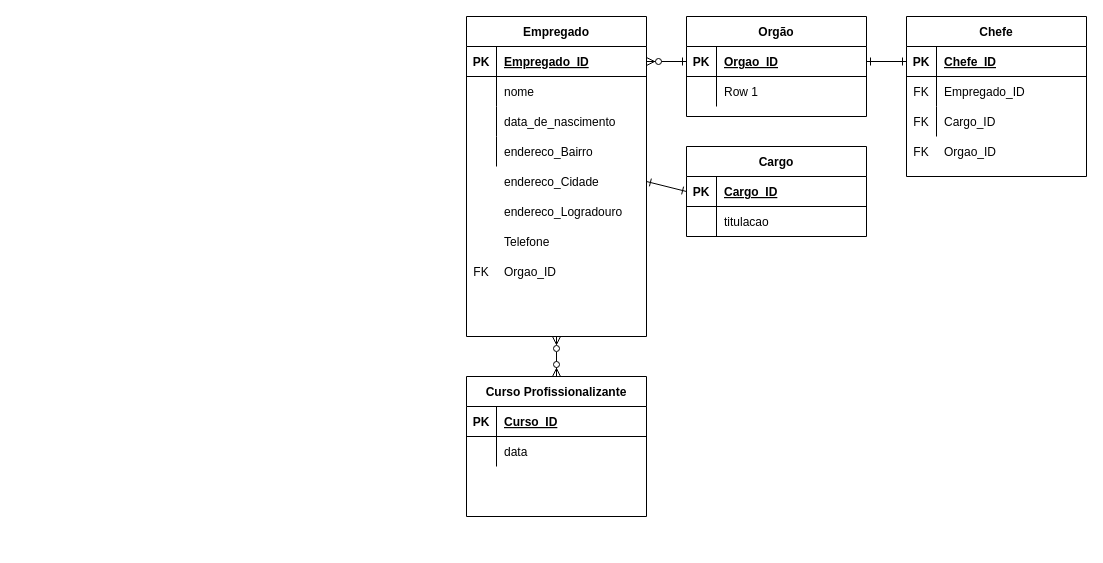
Earlier version of the draw.io diagram Exercício.drawio (manoel-alves/Projeto_Teste). Source tidied: cells renumbered, new cells numbered last; positions are measured from the earlier drawing's top-left corner, leaving out a move shared by most shapes. Both pictures are drawn from the tidied source at 100%, with x=0, y=0 at pixel (466, 16).
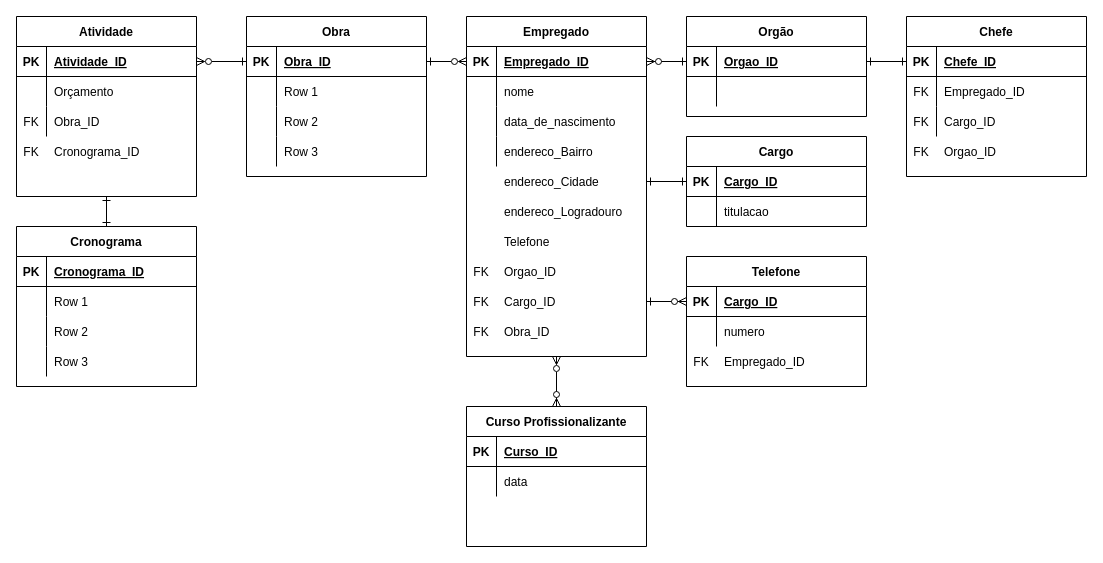
After the change.

Unchanged cells that the change refers to:
```xml
<mxCell id="4" style="shape=partialRectangle;fillColor=none;top=0;left=0;bottom=1;right=0;points=[[0,0.5],[1,0.5]];portConstraint=eastwest;" parent="3" vertex="1">
  <mxGeometry y="30" width="180" height="30" as="geometry" />
</mxCell>
<mxCell id="30" style="shape=partialRectangle;fillColor=none;top=0;left=0;bottom=0;right=0;" parent="26" vertex="1">
  <mxGeometry y="60" width="180" height="30" as="geometry" />
</mxCell>
```

Change to the diagram source:
```diff
@@
     <mxCell id="3" value="Empregado" style="shape=table;startSize=30;childLayout=tableLayout;rowLines=0;fontStyle=1;align=center;" parent="1" vertex="1">
-      <mxGeometry width="180" height="320" as="geometry" />
+      <mxGeometry width="180" height="340" as="geometry" />
     </mxCell>
@@
-    <mxCell id="32" value="Row 1" style="shape=partialRectangle;fillColor=none;top=0;left=0;bottom=0;right=0;align=left;spacingLeft=6;overflow=hidden;" parent="30" vertex="1">
+    <mxCell id="32" style="shape=partialRectangle;fillColor=none;top=0;left=0;bottom=0;right=0;align=left;spacingLeft=6;overflow=hidden;" parent="30" vertex="1">
       <mxGeometry x="30" width="150" height="30" as="geometry" />
     </mxCell>
@@
     <mxCell id="44" value="Cargo" style="shape=table;startSize=30;childLayout=tableLayout;rowLines=0;fontStyle=1;align=center;" parent="1" vertex="1">
-      <mxGeometry x="220" y="130" width="180" height="90" as="geometry" />
+      <mxGeometry x="220" y="120" width="180" height="90" as="geometry" />
     </mxCell>
@@
     <mxCell id="55" value="Curso Profissionalizante" style="shape=table;startSize=30;childLayout=tableLayout;rowLines=0;fontStyle=1;align=center;" parent="1" vertex="1">
-      <mxGeometry y="360" width="180" height="140" as="geometry" />
+      <mxGeometry y="390" width="180" height="140" as="geometry" />
     </mxCell>
@@
+    <mxCell id="68" style="edgeStyle=none;rounded=0;jettySize=auto;html=1;startArrow=ERone;startFill=0;endArrow=ERzeroToMany;endFill=0;verticalAlign=middle;exitX=0;exitY=0.5;exitDx=0;exitDy=0;entryX=1;entryY=0.5;entryDx=0;entryDy=0;" parent="1" edge="1" source="70" target="116">
+      <mxGeometry relative="1" as="geometry" />
+    </mxCell>
+    <mxCell id="69" value="Obra" style="shape=table;startSize=30;childLayout=tableLayout;rowLines=0;fontStyle=1;align=center;" parent="1" vertex="1">
+      <mxGeometry x="-220" width="180" height="160" as="geometry" />
+    </mxCell>
+    <mxCell id="70" style="shape=partialRectangle;fillColor=none;top=0;left=0;bottom=1;right=0;points=[[0,0.5],[1,0.5]];portConstraint=eastwest;" parent="69" vertex="1">
+      <mxGeometry y="30" width="180" height="30" as="geometry" />
+    </mxCell>
+    <mxCell id="71" value="PK" style="shape=partialRectangle;fillColor=none;top=0;left=0;bottom=0;right=0;fontStyle=1;overflow=hidden;" parent="70" vertex="1">
+      <mxGeometry width="30" height="30" as="geometry" />
+    </mxCell>
+    <mxCell id="72" value="Obra_ID" style="shape=partialRectangle;fillColor=none;top=0;left=0;bottom=0;right=0;align=left;spacingLeft=6;fontStyle=5;overflow=hidden;" parent="70" vertex="1">
+      <mxGeometry x="30" width="150" height="30" as="geometry" />
+    </mxCell>
+    <mxCell id="73" style="shape=partialRectangle;fillColor=none;top=0;left=0;bottom=0;right=0;" parent="69" vertex="1">
+      <mxGeometry y="60" width="180" height="30" as="geometry" />
+    </mxCell>
+    <mxCell id="74" style="shape=partialRectangle;fillColor=none;top=0;left=0;bottom=0;right=0;overflow=hidden;" parent="73" vertex="1">
+      <mxGeometry width="30" height="30" as="geometry" />
+    </mxCell>
+    <mxCell id="75" value="Row 1" style="shape=partialRectangle;fillColor=none;top=0;left=0;bottom=0;right=0;align=left;spacingLeft=6;overflow=hidden;" parent="73" vertex="1">
+      <mxGeometry x="30" width="150" height="30" as="geometry" />
+    </mxCell>
+    <mxCell id="76" style="shape=partialRectangle;fillColor=none;top=0;left=0;bottom=0;right=0;" parent="69" vertex="1">
+      <mxGeometry y="90" width="180" height="30" as="geometry" />
+    </mxCell>
+    <mxCell id="77" style="shape=partialRectangle;fillColor=none;top=0;left=0;bottom=0;right=0;overflow=hidden;" parent="76" vertex="1">
+      <mxGeometry width="30" height="30" as="geometry" />
+    </mxCell>
+    <mxCell id="78" value="Row 2" style="shape=partialRectangle;fillColor=none;top=0;left=0;bottom=0;right=0;align=left;spacingLeft=6;overflow=hidden;" parent="76" vertex="1">
+      <mxGeometry x="30" width="150" height="30" as="geometry" />
+    </mxCell>
+    <mxCell id="79" style="shape=partialRectangle;fillColor=none;top=0;left=0;bottom=0;right=0;" parent="69" vertex="1">
+      <mxGeometry y="120" width="180" height="30" as="geometry" />
+    </mxCell>
+    <mxCell id="80" style="shape=partialRectangle;fillColor=none;top=0;left=0;bottom=0;right=0;overflow=hidden;" parent="79" vertex="1">
+      <mxGeometry width="30" height="30" as="geometry" />
+    </mxCell>
+    <mxCell id="81" value="Row 3" style="shape=partialRectangle;fillColor=none;top=0;left=0;bottom=0;right=0;align=left;spacingLeft=6;overflow=hidden;" parent="79" vertex="1">
+      <mxGeometry x="30" width="150" height="30" as="geometry" />
+    </mxCell>
+    <mxCell id="82" value="Cronograma" style="shape=table;startSize=30;childLayout=tableLayout;rowLines=0;fontStyle=1;align=center;" parent="1" vertex="1">
+      <mxGeometry x="-450" y="210" width="180" height="160" as="geometry" />
+    </mxCell>
+    <mxCell id="83" style="shape=partialRectangle;fillColor=none;top=0;left=0;bottom=1;right=0;" parent="82" vertex="1">
+      <mxGeometry y="30" width="180" height="30" as="geometry" />
+    </mxCell>
+    <mxCell id="84" value="PK" style="shape=partialRectangle;fillColor=none;top=0;left=0;bottom=0;right=0;fontStyle=1;overflow=hidden;" parent="83" vertex="1">
+      <mxGeometry width="30" height="30" as="geometry" />
+    </mxCell>
+    <mxCell id="85" value="Cronograma_ID" style="shape=partialRectangle;fillColor=none;top=0;left=0;bottom=0;right=0;align=left;spacingLeft=6;fontStyle=5;overflow=hidden;" parent="83" vertex="1">
+      <mxGeometry x="30" width="150" height="30" as="geometry" />
+    </mxCell>
+    <mxCell id="86" style="shape=partialRectangle;fillColor=none;top=0;left=0;bottom=0;right=0;" parent="82" vertex="1">
+      <mxGeometry y="60" width="180" height="30" as="geometry" />
+    </mxCell>
+    <mxCell id="87" style="shape=partialRectangle;fillColor=none;top=0;left=0;bottom=0;right=0;overflow=hidden;" parent="86" vertex="1">
+      <mxGeometry width="30" height="30" as="geometry" />
+    </mxCell>
+    <mxCell id="88" value="Row 1" style="shape=partialRectangle;fillColor=none;top=0;left=0;bottom=0;right=0;align=left;spacingLeft=6;overflow=hidden;" parent="86" vertex="1">
+      <mxGeometry x="30" width="150" height="30" as="geometry" />
+    </mxCell>
+    <mxCell id="89" style="shape=partialRectangle;fillColor=none;top=0;left=0;bottom=0;right=0;" parent="82" vertex="1">
+      <mxGeometry y="90" width="180" height="30" as="geometry" />
+    </mxCell>
+    <mxCell id="90" style="shape=partialRectangle;fillColor=none;top=0;left=0;bottom=0;right=0;overflow=hidden;" parent="89" vertex="1">
+      <mxGeometry width="30" height="30" as="geometry" />
+    </mxCell>
+    <mxCell id="91" value="Row 2" style="shape=partialRectangle;fillColor=none;top=0;left=0;bottom=0;right=0;align=left;spacingLeft=6;overflow=hidden;" parent="89" vertex="1">
+      <mxGeometry x="30" width="150" height="30" as="geometry" />
+    </mxCell>
+    <mxCell id="92" style="shape=partialRectangle;fillColor=none;top=0;left=0;bottom=0;right=0;" parent="82" vertex="1">
+      <mxGeometry y="120" width="180" height="30" as="geometry" />
+    </mxCell>
+    <mxCell id="93" style="shape=partialRectangle;fillColor=none;top=0;left=0;bottom=0;right=0;overflow=hidden;" parent="92" vertex="1">
+      <mxGeometry width="30" height="30" as="geometry" />
+    </mxCell>
+    <mxCell id="94" value="Row 3" style="shape=partialRectangle;fillColor=none;top=0;left=0;bottom=0;right=0;align=left;spacingLeft=6;overflow=hidden;" parent="92" vertex="1">
+      <mxGeometry x="30" width="150" height="30" as="geometry" />
+    </mxCell>
+    <mxCell id="95" style="edgeStyle=none;rounded=0;jettySize=auto;html=1;startArrow=ERone;startFill=0;endArrow=ERone;endFill=0;verticalAlign=middle;exitX=0.5;exitY=1;exitDx=0;exitDy=0;entryX=0.5;entryY=0;entryDx=0;entryDy=0;" parent="1" edge="1" source="115" target="82">
+      <mxGeometry relative="1" as="geometry" />
+    </mxCell>
+    <mxCell id="96" style="edgeStyle=none;rounded=0;jettySize=auto;html=1;startArrow=ERone;startFill=0;endArrow=ERzeroToMany;endFill=0;verticalAlign=middle;exitX=1;exitY=0.5;exitDx=0;exitDy=0;entryX=0;entryY=0.5;entryDx=0;entryDy=0;" parent="1" edge="1" source="70" target="4">
+      <mxGeometry relative="1" as="geometry" />
+    </mxCell>
+    <mxCell id="97" style="shape=partialRectangle;fillColor=none;top=0;left=0;bottom=0;right=0;points=[[0,0.5],[1,0.5]];portConstraint=eastwest;" parent="1" vertex="1">
+      <mxGeometry y="270" width="180" height="30" as="geometry" />
+    </mxCell>
+    <mxCell id="98" value="FK" style="shape=partialRectangle;fillColor=none;top=0;left=0;bottom=0;right=0;overflow=hidden;" parent="97" vertex="1">
+      <mxGeometry width="30" height="30" as="geometry" />
+    </mxCell>
+    <mxCell id="99" value="Cargo_ID" style="shape=partialRectangle;fillColor=none;top=0;left=0;bottom=0;right=0;align=left;spacingLeft=6;overflow=hidden;" parent="97" vertex="1">
+      <mxGeometry x="30" width="150" height="30" as="geometry" />
+    </mxCell>
+    <mxCell id="100" style="shape=partialRectangle;fillColor=none;top=0;left=0;bottom=0;right=0;" parent="1" vertex="1">
+      <mxGeometry y="300" width="180" height="30" as="geometry" />
+    </mxCell>
+    <mxCell id="101" value="FK" style="shape=partialRectangle;fillColor=none;top=0;left=0;bottom=0;right=0;overflow=hidden;" parent="100" vertex="1">
+      <mxGeometry width="30" height="30" as="geometry" />
+    </mxCell>
+    <mxCell id="102" value="Obra_ID" style="shape=partialRectangle;fillColor=none;top=0;left=0;bottom=0;right=0;align=left;spacingLeft=6;overflow=hidden;" parent="100" vertex="1">
+      <mxGeometry x="30" width="150" height="30" as="geometry" />
+    </mxCell>
+    <mxCell id="103" value="Telefone" style="shape=table;startSize=30;childLayout=tableLayout;rowLines=0;fontStyle=1;align=center;" parent="1" vertex="1">
+      <mxGeometry x="220" y="240" width="180" height="130" as="geometry" />
+    </mxCell>
+    <mxCell id="104" style="shape=partialRectangle;fillColor=none;top=0;left=0;bottom=1;right=0;points=[[0,0.5],[1,0.5]];portConstraint=eastwest;" parent="103" vertex="1">
+      <mxGeometry y="30" width="180" height="30" as="geometry" />
+    </mxCell>
+    <mxCell id="105" value="PK" style="shape=partialRectangle;fillColor=none;top=0;left=0;bottom=0;right=0;fontStyle=1;overflow=hidden;" parent="104" vertex="1">
+      <mxGeometry width="30" height="30" as="geometry" />
+    </mxCell>
+    <mxCell id="106" value="Cargo_ID" style="shape=partialRectangle;fillColor=none;top=0;left=0;bottom=0;right=0;align=left;spacingLeft=6;fontStyle=5;overflow=hidden;" parent="104" vertex="1">
+      <mxGeometry x="30" width="150" height="30" as="geometry" />
+    </mxCell>
+    <mxCell id="107" style="shape=partialRectangle;fillColor=none;top=0;left=0;bottom=0;right=0;" parent="103" vertex="1">
+      <mxGeometry y="60" width="180" height="30" as="geometry" />
+    </mxCell>
+    <mxCell id="108" style="shape=partialRectangle;fillColor=none;top=0;left=0;bottom=0;right=0;overflow=hidden;" parent="107" vertex="1">
+      <mxGeometry width="30" height="30" as="geometry" />
+    </mxCell>
+    <mxCell id="109" value="numero" style="shape=partialRectangle;fillColor=none;top=0;left=0;bottom=0;right=0;align=left;spacingLeft=6;overflow=hidden;" parent="107" vertex="1">
+      <mxGeometry x="30" width="150" height="30" as="geometry" />
+    </mxCell>
+    <mxCell id="110" style="shape=partialRectangle;fillColor=none;top=0;left=0;bottom=0;right=0;" parent="1" vertex="1">
+      <mxGeometry x="220" y="330" width="180" height="30" as="geometry" />
+    </mxCell>
+    <mxCell id="111" value="FK" style="shape=partialRectangle;fillColor=none;top=0;left=0;bottom=0;right=0;overflow=hidden;" parent="110" vertex="1">
+      <mxGeometry width="30" height="30" as="geometry" />
+    </mxCell>
+    <mxCell id="112" value="Empregado_ID" style="shape=partialRectangle;fillColor=none;top=0;left=0;bottom=0;right=0;align=left;spacingLeft=6;overflow=hidden;" parent="110" vertex="1">
+      <mxGeometry x="30" width="150" height="30" as="geometry" />
+    </mxCell>
+    <mxCell id="113" style="edgeStyle=none;rounded=0;jettySize=auto;html=1;exitX=0;exitY=0.5;exitDx=0;exitDy=0;entryX=1;entryY=0.5;entryDx=0;entryDy=0;startArrow=ERzeroToMany;startFill=1;endArrow=ERone;endFill=0;verticalAlign=middle;" parent="1" edge="1" source="104" target="97">
+      <mxGeometry relative="1" as="geometry" />
+    </mxCell>
+    <mxCell id="114" style="group;" parent="1" vertex="1">
+      <mxGeometry x="-450" width="180" height="180" as="geometry" />
+    </mxCell>
+    <mxCell id="115" value="Atividade" style="shape=table;startSize=30;childLayout=tableLayout;rowLines=0;fontStyle=1;align=center;" parent="114" vertex="1">
+      <mxGeometry width="180" height="180" as="geometry" />
+    </mxCell>
+    <mxCell id="116" style="shape=partialRectangle;fillColor=none;top=0;left=0;bottom=1;right=0;points=[[0,0.5],[1,0.5]];portConstraint=eastwest;" parent="115" vertex="1">
+      <mxGeometry y="30" width="180" height="30" as="geometry" />
+    </mxCell>
+    <mxCell id="117" value="PK" style="shape=partialRectangle;fillColor=none;top=0;left=0;bottom=0;right=0;fontStyle=1;overflow=hidden;" parent="116" vertex="1">
+      <mxGeometry width="30" height="30" as="geometry" />
+    </mxCell>
+    <mxCell id="118" value="Atividade_ID" style="shape=partialRectangle;fillColor=none;top=0;left=0;bottom=0;right=0;align=left;spacingLeft=6;fontStyle=5;overflow=hidden;" parent="116" vertex="1">
+      <mxGeometry x="30" width="150" height="30" as="geometry" />
+    </mxCell>
+    <mxCell id="119" style="shape=partialRectangle;fillColor=none;top=0;left=0;bottom=0;right=0;" parent="115" vertex="1">
+      <mxGeometry y="60" width="180" height="30" as="geometry" />
+    </mxCell>
+    <mxCell id="120" style="shape=partialRectangle;fillColor=none;top=0;left=0;bottom=0;right=0;overflow=hidden;" parent="119" vertex="1">
+      <mxGeometry width="30" height="30" as="geometry" />
+    </mxCell>
+    <mxCell id="121" value="Orçamento" style="shape=partialRectangle;fillColor=none;top=0;left=0;bottom=0;right=0;align=left;spacingLeft=6;overflow=hidden;" parent="119" vertex="1">
+      <mxGeometry x="30" width="150" height="30" as="geometry" />
+    </mxCell>
+    <mxCell id="122" style="shape=partialRectangle;fillColor=none;top=0;left=0;bottom=0;right=0;" parent="115" vertex="1">
+      <mxGeometry y="90" width="180" height="30" as="geometry" />
+    </mxCell>
+    <mxCell id="123" value="FK" style="shape=partialRectangle;fillColor=none;top=0;left=0;bottom=0;right=0;overflow=hidden;" parent="122" vertex="1">
+      <mxGeometry width="30" height="30" as="geometry" />
+    </mxCell>
+    <mxCell id="124" value="Obra_ID" style="shape=partialRectangle;fillColor=none;top=0;left=0;bottom=0;right=0;align=left;spacingLeft=6;overflow=hidden;" parent="122" vertex="1">
+      <mxGeometry x="30" width="150" height="30" as="geometry" />
+    </mxCell>
+    <mxCell id="125" style="shape=partialRectangle;fillColor=none;top=0;left=0;bottom=0;right=0;" parent="114" vertex="1">
+      <mxGeometry y="120" width="180" height="30" as="geometry" />
+    </mxCell>
+    <mxCell id="126" value="FK" style="shape=partialRectangle;fillColor=none;top=0;left=0;bottom=0;right=0;overflow=hidden;" parent="125" vertex="1">
+      <mxGeometry width="30" height="30" as="geometry" />
+    </mxCell>
+    <mxCell id="127" value="Cronograma_ID" style="shape=partialRectangle;fillColor=none;top=0;left=0;bottom=0;right=0;align=left;spacingLeft=6;overflow=hidden;" parent="125" vertex="1">
+      <mxGeometry x="30" width="150" height="30" as="geometry" />
+    </mxCell>
```
